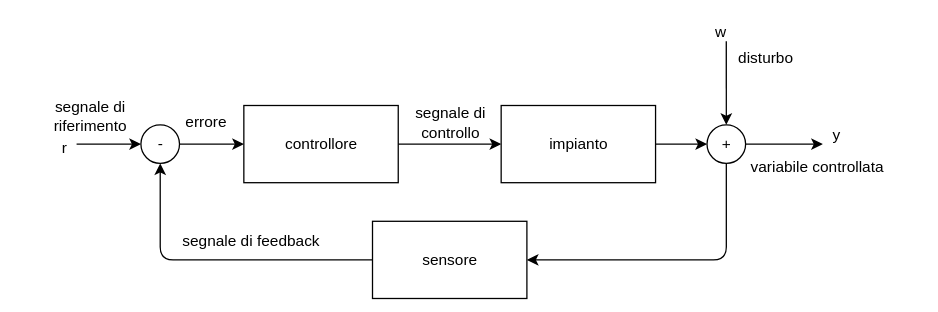
This is content/file/media public/controlloinfeedback.svg from learningDane/uninotes, a draw.io export, as it was before one commit. Source tidied: cells renumbered, new cells last; positions are measured from the earlier drawing's top-left corner, leaving out a move shared by most shapes. Source of this version:
```xml
<mxGraphModel>
  <root>
    <mxCell id="0" />
    <mxCell id="1" parent="0" />
    <mxCell id="2" value="controllore" style="rounded=0;whiteSpace=wrap;html=1;" parent="1" vertex="1">
      <mxGeometry x="160" y="72" width="120" height="60" as="geometry" />
    </mxCell>
    <mxCell id="3" value="impianto" style="rounded=0;whiteSpace=wrap;html=1;" parent="1" vertex="1">
      <mxGeometry x="360" y="72" width="120" height="60" as="geometry" />
    </mxCell>
    <mxCell id="4" value="sensore" style="rounded=0;whiteSpace=wrap;html=1;" parent="1" vertex="1">
      <mxGeometry x="260" y="162" width="120" height="60" as="geometry" />
    </mxCell>
    <mxCell id="5" style="endArrow=classic;html=1;entryX=0;entryY=0.5;entryDx=0;entryDy=0;" parent="1" edge="1" target="3">
      <mxGeometry relative="1" as="geometry">
        <mxPoint x="280" y="102" as="sourcePoint" />
      </mxGeometry>
    </mxCell>
    <mxCell id="6" value="-" style="ellipse;whiteSpace=wrap;html=1;" parent="1" vertex="1">
      <mxGeometry x="80" y="87" width="30" height="30" as="geometry" />
    </mxCell>
    <mxCell id="7" value="+" style="ellipse;whiteSpace=wrap;html=1;" parent="1" vertex="1">
      <mxGeometry x="520" y="87" width="30" height="30" as="geometry" />
    </mxCell>
    <mxCell id="8" style="endArrow=classic;html=1;entryX=0;entryY=0.5;entryDx=0;entryDy=0;" parent="1" edge="1" target="6">
      <mxGeometry relative="1" as="geometry">
        <mxPoint x="30" y="102" as="sourcePoint" />
      </mxGeometry>
    </mxCell>
    <mxCell id="9" style="endArrow=classic;html=1;entryX=0;entryY=0.5;entryDx=0;entryDy=0;" parent="1" edge="1" target="2">
      <mxGeometry relative="1" as="geometry">
        <mxPoint x="110" y="102" as="sourcePoint" />
      </mxGeometry>
    </mxCell>
    <mxCell id="10" value="errore" style="text;html=1;align=center;verticalAlign=middle;strokeColor=none;fillColor=none;" parent="1" vertex="1">
      <mxGeometry x="100" y="70" width="60" height="30" as="geometry" />
    </mxCell>
    <mxCell id="11" value="segnale di &lt;br&gt;controllo" style="text;html=1;align=center;verticalAlign=middle;strokeColor=none;fillColor=none;" parent="1" vertex="1">
      <mxGeometry x="280" y="65" width="80" height="40" as="geometry" />
    </mxCell>
    <mxCell id="12" style="endArrow=classic;html=1;entryX=0;entryY=0.5;entryDx=0;entryDy=0;" parent="1" edge="1" target="7">
      <mxGeometry relative="1" as="geometry">
        <mxPoint x="480" y="102" as="sourcePoint" />
      </mxGeometry>
    </mxCell>
    <mxCell id="13" style="endArrow=classic;html=1;" parent="1" edge="1">
      <mxGeometry relative="1" as="geometry">
        <mxPoint x="550" y="102" as="sourcePoint" />
        <mxPoint x="610" y="102" as="targetPoint" />
      </mxGeometry>
    </mxCell>
    <mxCell id="14" value="variabile controllata" style="text;html=1;align=center;verticalAlign=middle;strokeColor=none;fillColor=none;" parent="1" vertex="1">
      <mxGeometry x="540" y="105" width="130" height="30" as="geometry" />
    </mxCell>
    <mxCell id="15" style="endArrow=classic;html=1;entryX=0.5;entryY=0;entryDx=0;entryDy=0;exitX=0.071;exitY=0.067;exitDx=0;exitDy=0;exitPerimeter=0;" parent="1" edge="1" source="16" target="7">
      <mxGeometry relative="1" as="geometry" />
    </mxCell>
    <mxCell id="16" value="disturbo" style="text;html=1;align=center;verticalAlign=middle;points=[];strokeColor=none;fillColor=none;" parent="1" vertex="1">
      <mxGeometry x="530" y="20" width="70" height="30" as="geometry" />
    </mxCell>
    <mxCell id="17" style="endArrow=classic;html=1;exitX=0.5;exitY=1;exitDx=0;exitDy=0;entryX=1;entryY=0.5;entryDx=0;entryDy=0;" parent="1" edge="1" source="7" target="4">
      <mxGeometry relative="1" as="geometry">
        <Array as="points">
          <mxPoint x="535" y="192" />
        </Array>
      </mxGeometry>
    </mxCell>
    <mxCell id="18" style="endArrow=classic;html=1;entryX=0.5;entryY=1;entryDx=0;entryDy=0;" parent="1" edge="1" target="6">
      <mxGeometry relative="1" as="geometry">
        <mxPoint x="260" y="192" as="sourcePoint" />
        <Array as="points">
          <mxPoint x="95" y="192" />
        </Array>
      </mxGeometry>
    </mxCell>
    <mxCell id="19" value="segnale di&lt;br&gt;riferimento" style="text;html=1;align=center;verticalAlign=middle;strokeColor=none;fillColor=none;" parent="1" vertex="1">
      <mxGeometry y="60" width="80" height="40" as="geometry" />
    </mxCell>
    <mxCell id="20" value="segnale di feedback" style="text;html=1;align=center;verticalAlign=middle;strokeColor=none;fillColor=none;" parent="1" vertex="1">
      <mxGeometry x="100" y="162" width="130" height="30" as="geometry" />
    </mxCell>
    <mxCell id="21" value="w" style="text;html=1;align=center;verticalAlign=middle;strokeColor=none;fillColor=none;" parent="1" vertex="1">
      <mxGeometry x="515" width="30" height="30" as="geometry" />
    </mxCell>
    <mxCell id="22" value="y" style="text;html=1;align=center;verticalAlign=middle;strokeColor=none;fillColor=none;" parent="1" vertex="1">
      <mxGeometry x="605" y="80" width="30" height="30" as="geometry" />
    </mxCell>
    <mxCell id="23" value="r" style="text;html=1;align=center;verticalAlign=middle;strokeColor=none;fillColor=none;" parent="1" vertex="1">
      <mxGeometry x="5" y="90" width="30" height="30" as="geometry" />
    </mxCell>
  </root>
</mxGraphModel>
```
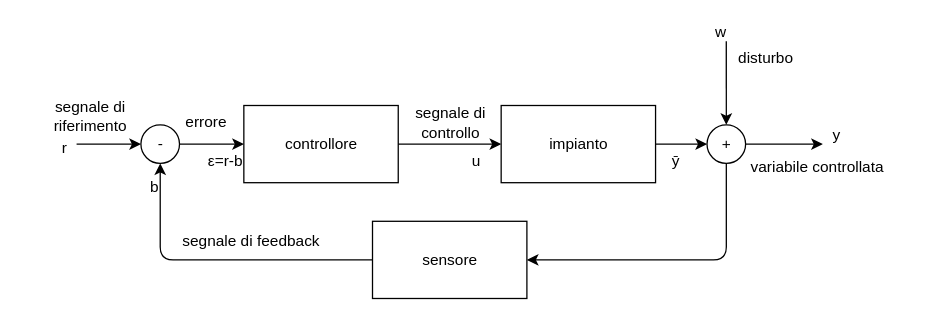
The same file after the commit.

The edit, as a diff of the source:
```diff
@@ -88,5 +88,17 @@
     <mxCell id="23" value="r" style="text;html=1;align=center;verticalAlign=middle;strokeColor=none;fillColor=none;" parent="1" vertex="1">
       <mxGeometry x="5" y="90" width="30" height="30" as="geometry" />
     </mxCell>
+    <mxCell id="24" value="u" style="text;html=1;align=center;verticalAlign=middle;strokeColor=none;fillColor=none;" parent="1" vertex="1">
+      <mxGeometry x="325" y="100" width="30" height="30" as="geometry" />
+    </mxCell>
+    <mxCell id="25" value="ε=r-b" style="text;html=1;align=center;verticalAlign=middle;strokeColor=none;fillColor=none;" parent="1" vertex="1">
+      <mxGeometry x="120" y="100" width="50" height="30" as="geometry" />
+    </mxCell>
+    <mxCell id="26" value="b" style="text;html=1;align=center;verticalAlign=middle;strokeColor=none;fillColor=none;" parent="1" vertex="1">
+      <mxGeometry x="75" y="120" width="30" height="30" as="geometry" />
+    </mxCell>
+    <mxCell id="27" value="ȳ" style="text;html=1;align=center;verticalAlign=middle;strokeColor=none;fillColor=none;" parent="1" vertex="1">
+      <mxGeometry x="480" y="100" width="30" height="30" as="geometry" />
+    </mxCell>
   </root>
 </mxGraphModel>
```
